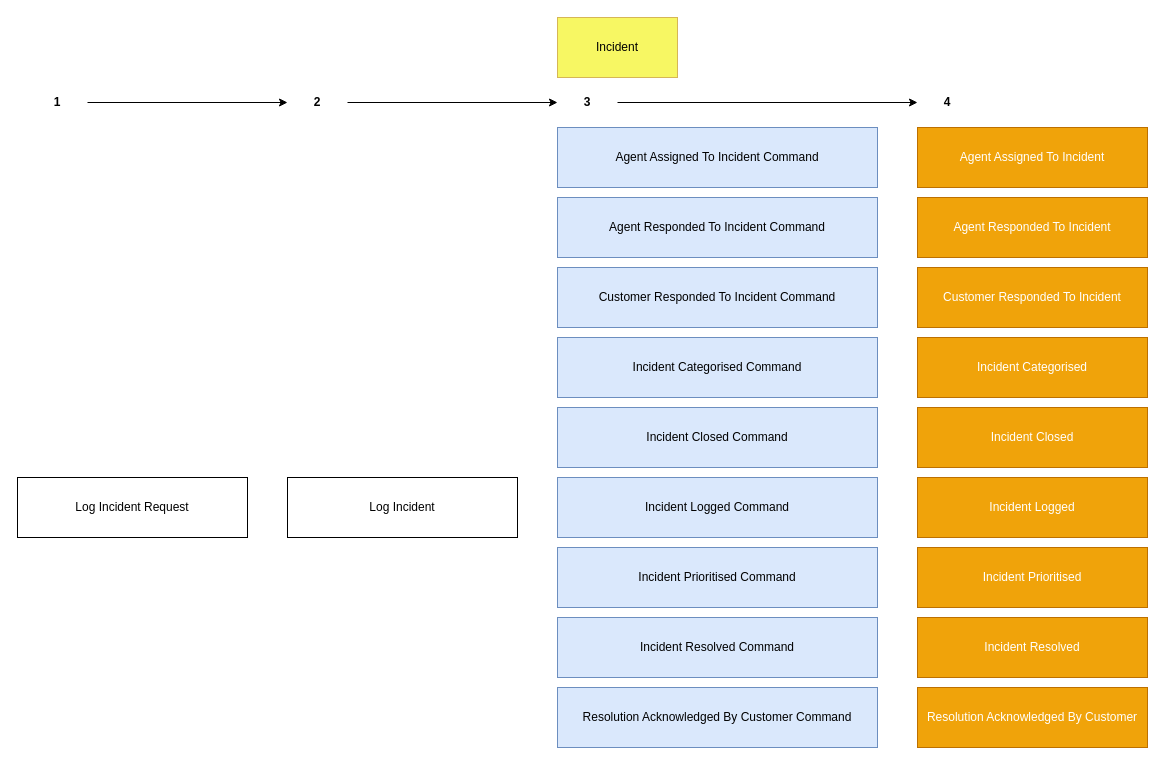
Above: page "Helpdesk" (4 of 4) of PocMarten.drawio in todorov-deyan/poc-marten (draw.io), before the change. Source tidied: cells renumbered, new cells numbered last; positions are measured from the earlier drawing's top-left corner, leaving out a move shared by most shapes. Both pictures are drawn from the tidied source at 100%, with x=0, y=0 at pixel (17, 17).
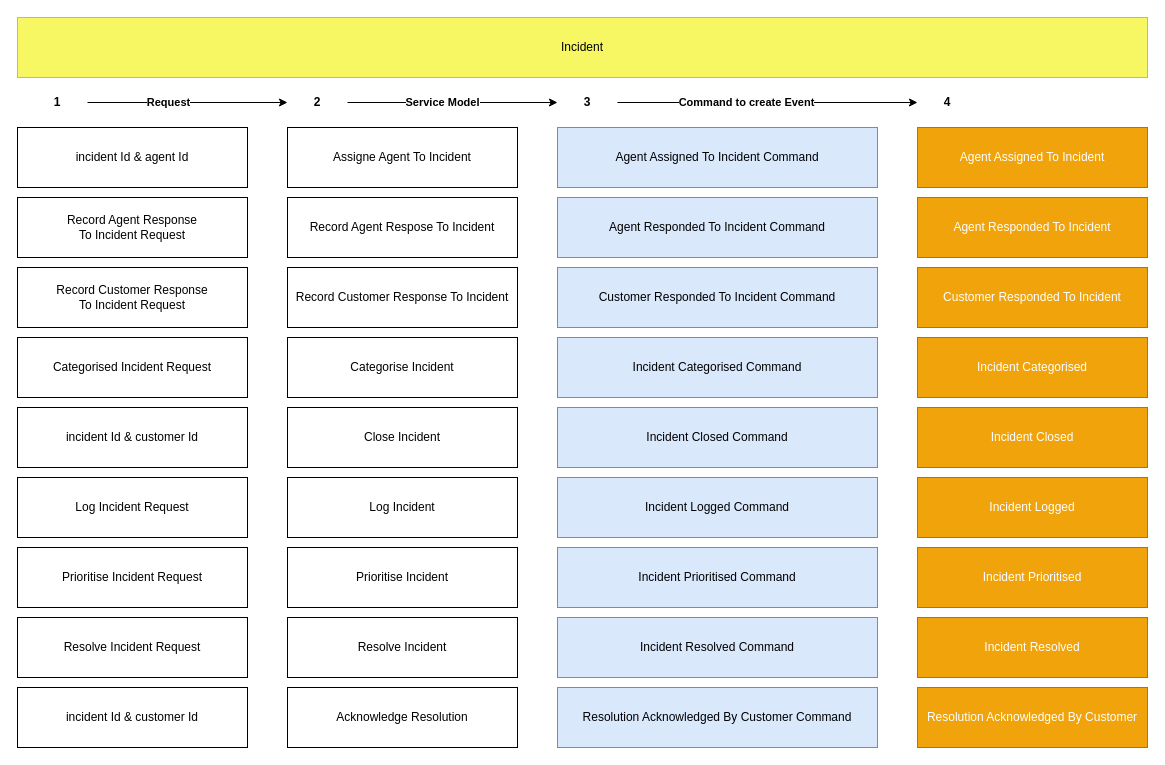
The same page after the edit.

The change refers to these unchanged cells:
```xml
<mxCell id="23" style="edgeStyle=orthogonalEdgeStyle;rounded=0;jettySize=auto;html=1;" parent="1" edge="1" source="24" target="26">
  <mxGeometry relative="1" as="geometry" />
</mxCell>
<mxCell id="25" style="edgeStyle=orthogonalEdgeStyle;rounded=0;jettySize=auto;html=1;" parent="1" edge="1" source="26" target="28">
  <mxGeometry relative="1" as="geometry" />
</mxCell>
<mxCell id="27" style="edgeStyle=orthogonalEdgeStyle;rounded=0;jettySize=auto;html=1;" parent="1" edge="1" source="28" target="29">
  <mxGeometry relative="1" as="geometry" />
</mxCell>
```

Change to the diagram source:
```diff
@@
     <mxCell id="2" value="Incident" style="rounded=0;whiteSpace=wrap;html=1;fillColor=#F7F763;strokeColor=#d6b656;" parent="1" vertex="1">
-      <mxGeometry x="540" width="120" height="60" as="geometry" />
+      <mxGeometry width="1130" height="60" as="geometry" />
     </mxCell>
@@
+    <mxCell id="30" value="Request" style="edgeLabel;html=1;align=center;verticalAlign=middle;fontStyle=1;" parent="23" vertex="1">
+      <mxGeometry x="-0.2" y="-1" relative="1" as="geometry">
+        <mxPoint y="-2" as="offset" />
+      </mxGeometry>
+    </mxCell>
@@
+    <mxCell id="31" value="Service Model" style="edgeLabel;html=1;align=center;verticalAlign=middle;fontStyle=1;" parent="25" vertex="1">
+      <mxGeometry x="-0.21" relative="1" as="geometry">
+        <mxPoint x="11" y="-1" as="offset" />
+      </mxGeometry>
+    </mxCell>
@@
+    <mxCell id="32" value="Command to create Event" style="edgeLabel;html=1;align=center;verticalAlign=middle;fontStyle=1;" parent="27" vertex="1">
+      <mxGeometry x="-0.27" relative="1" as="geometry">
+        <mxPoint x="18" y="-1" as="offset" />
+      </mxGeometry>
+    </mxCell>
@@
+    <mxCell id="33" value="Categorised Incident Request" style="rounded=0;whiteSpace=wrap;html=1;" parent="1" vertex="1">
+      <mxGeometry y="320" width="230" height="60" as="geometry" />
+    </mxCell>
+    <mxCell id="34" value="Categorise Incident" style="rounded=0;whiteSpace=wrap;html=1;" parent="1" vertex="1">
+      <mxGeometry x="270" y="320" width="230" height="60" as="geometry" />
+    </mxCell>
+    <mxCell id="35" value="Prioritise Incident Request" style="rounded=0;whiteSpace=wrap;html=1;" parent="1" vertex="1">
+      <mxGeometry y="530" width="230" height="60" as="geometry" />
+    </mxCell>
+    <mxCell id="36" value="Prioritise Incident" style="rounded=0;whiteSpace=wrap;html=1;" parent="1" vertex="1">
+      <mxGeometry x="270" y="530" width="230" height="60" as="geometry" />
+    </mxCell>
+    <mxCell id="37" value="Assigne Agent To Incident" style="rounded=0;whiteSpace=wrap;html=1;" parent="1" vertex="1">
+      <mxGeometry x="270" y="110" width="230" height="60" as="geometry" />
+    </mxCell>
+    <mxCell id="38" value="incident Id &amp;amp; agent Id" style="rounded=0;whiteSpace=wrap;html=1;" parent="1" vertex="1">
+      <mxGeometry y="110" width="230" height="60" as="geometry" />
+    </mxCell>
+    <mxCell id="39" value="Record Customer Response To Incident" style="rounded=0;whiteSpace=wrap;html=1;" parent="1" vertex="1">
+      <mxGeometry x="270" y="250" width="230" height="60" as="geometry" />
+    </mxCell>
+    <mxCell id="40" value="Record Customer Response&lt;br&gt;To Incident Request" style="rounded=0;whiteSpace=wrap;html=1;" parent="1" vertex="1">
+      <mxGeometry y="250" width="230" height="60" as="geometry" />
+    </mxCell>
+    <mxCell id="41" value="Record Agent Respose To Incident" style="rounded=0;whiteSpace=wrap;html=1;" parent="1" vertex="1">
+      <mxGeometry x="270" y="180" width="230" height="60" as="geometry" />
+    </mxCell>
+    <mxCell id="42" value="Record Agent Response&lt;br&gt;To Incident Request" style="rounded=0;whiteSpace=wrap;html=1;" parent="1" vertex="1">
+      <mxGeometry y="180" width="230" height="60" as="geometry" />
+    </mxCell>
+    <mxCell id="43" value="Resolve Incident" style="rounded=0;whiteSpace=wrap;html=1;" parent="1" vertex="1">
+      <mxGeometry x="270" y="600" width="230" height="60" as="geometry" />
+    </mxCell>
+    <mxCell id="44" value="Resolve Incident Request" style="rounded=0;whiteSpace=wrap;html=1;" parent="1" vertex="1">
+      <mxGeometry y="600" width="230" height="60" as="geometry" />
+    </mxCell>
+    <mxCell id="45" value="Acknowledge Resolution" style="rounded=0;whiteSpace=wrap;html=1;" parent="1" vertex="1">
+      <mxGeometry x="270" y="670" width="230" height="60" as="geometry" />
+    </mxCell>
+    <mxCell id="46" value="incident Id &amp;amp; customer Id" style="rounded=0;whiteSpace=wrap;html=1;" parent="1" vertex="1">
+      <mxGeometry y="670" width="230" height="60" as="geometry" />
+    </mxCell>
+    <mxCell id="47" value="Close Incident" style="rounded=0;whiteSpace=wrap;html=1;" parent="1" vertex="1">
+      <mxGeometry x="270" y="390" width="230" height="60" as="geometry" />
+    </mxCell>
+    <mxCell id="48" value="incident Id &amp;amp; customer Id" style="rounded=0;whiteSpace=wrap;html=1;" parent="1" vertex="1">
+      <mxGeometry y="390" width="230" height="60" as="geometry" />
+    </mxCell>
```
